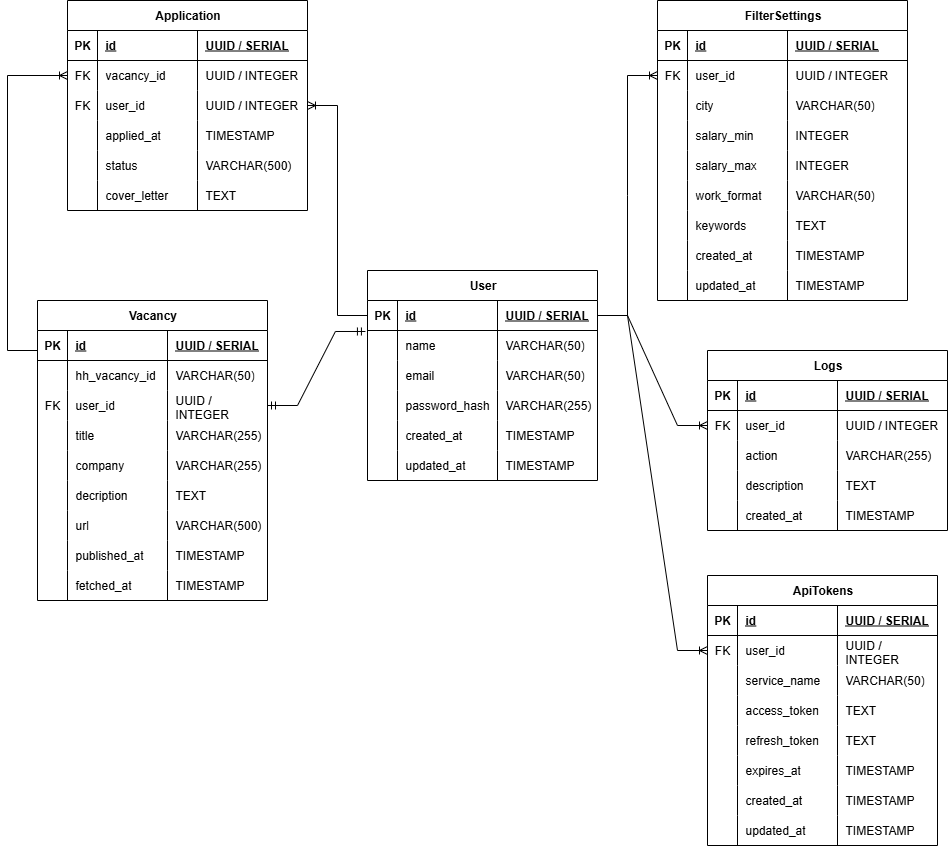
The draw.io diagram ai-auto-applier/docs/diagrams/ERD.png in iamsheisyouare/ai-auto-applier, before a commit. Source tidied: cells renumbered, new cells last; positions are measured from the earlier drawing's top-left corner, leaving out a move shared by most shapes.
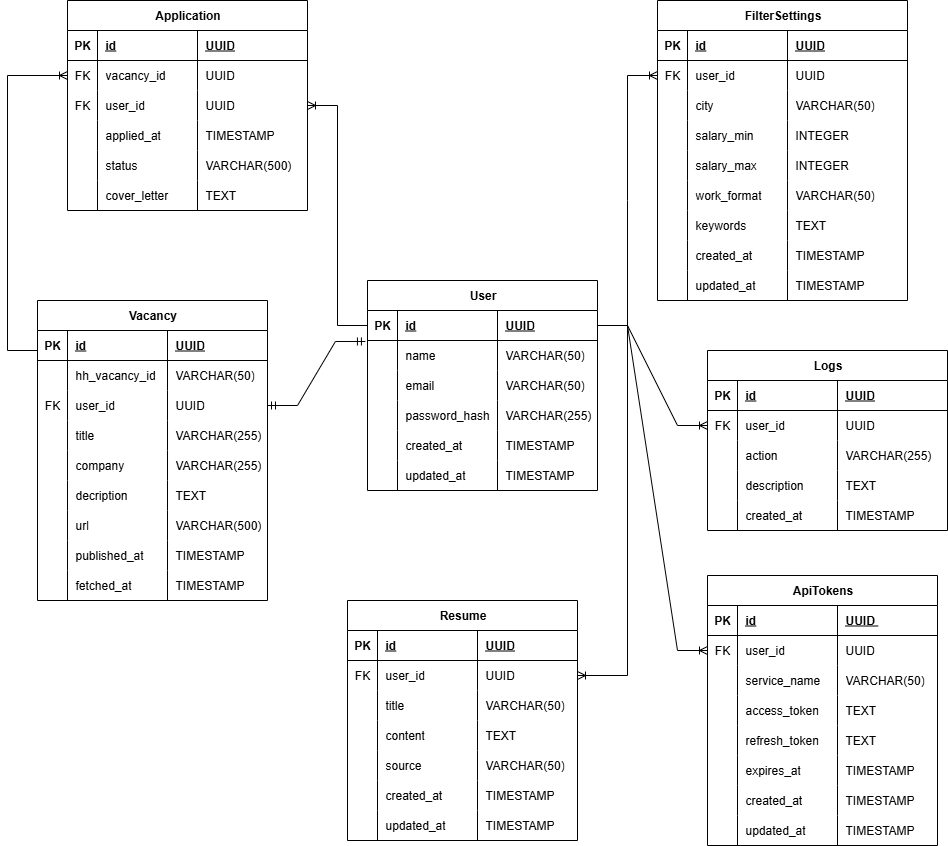
The same diagram one commit later.

Commit message:
Добавил ERD, описание api, задачи, описнаие авторизации с hh

What changed in the source:
```diff
@@ -3,7 +3,7 @@
     <mxCell id="0" />
     <mxCell id="1" parent="0" />
     <mxCell id="2" value="User" style="shape=table;startSize=30;rowLines=0;fontStyle=1;align=center;html=1;" parent="1" vertex="1">
-      <mxGeometry x="360" y="270" width="230" height="210" as="geometry" />
+      <mxGeometry x="360" y="280" width="230" height="210" as="geometry" />
     </mxCell>
     <mxCell id="3" style="shape=tableRow;horizontal=0;startSize=0;swimlaneHead=0;swimlaneBody=0;fillColor=none;points=[[0,0.5],[1,0.5]];portConstraint=eastwest;top=0;left=0;right=0;bottom=1;" parent="2" vertex="1">
       <mxGeometry y="30" width="230" height="30" as="geometry" />
@@ -14,7 +14,7 @@
     <mxCell id="5" value="id" style="shape=partialRectangle;fillColor=none;top=0;left=0;bottom=0;right=0;align=left;spacingLeft=6;fontStyle=5;overflow=hidden;whiteSpace=wrap;html=1;" parent="3" vertex="1">
       <mxGeometry x="30" width="100" height="30" as="geometry" />
     </mxCell>
-    <mxCell id="6" value="UUID / SERIAL" style="shape=partialRectangle;fillColor=none;top=0;left=0;bottom=0;right=0;align=left;spacingLeft=6;fontStyle=5;overflow=hidden;whiteSpace=wrap;html=1;" parent="3" vertex="1">
+    <mxCell id="6" value="UUID" style="shape=partialRectangle;fillColor=none;top=0;left=0;bottom=0;right=0;align=left;spacingLeft=6;fontStyle=5;overflow=hidden;whiteSpace=wrap;html=1;" parent="3" vertex="1">
       <mxGeometry x="130" width="100" height="30" as="geometry" />
     </mxCell>
     <mxCell id="7" style="shape=tableRow;horizontal=0;startSize=0;swimlaneHead=0;swimlaneBody=0;fillColor=none;top=0;left=0;right=0;bottom=0;" parent="2" vertex="1">
@@ -89,7 +89,7 @@
     <mxCell id="30" value="id" style="shape=partialRectangle;fillColor=none;top=0;left=0;bottom=0;right=0;align=left;spacingLeft=6;fontStyle=5;overflow=hidden;whiteSpace=wrap;html=1;" parent="28" vertex="1">
       <mxGeometry x="30" width="100" height="30" as="geometry" />
     </mxCell>
-    <mxCell id="31" value="UUID / SERIAL" style="shape=partialRectangle;fillColor=none;top=0;left=0;bottom=0;right=0;align=left;spacingLeft=6;fontStyle=5;overflow=hidden;whiteSpace=wrap;html=1;" parent="28" vertex="1">
+    <mxCell id="31" value="UUID" style="shape=partialRectangle;fillColor=none;top=0;left=0;bottom=0;right=0;align=left;spacingLeft=6;fontStyle=5;overflow=hidden;whiteSpace=wrap;html=1;" parent="28" vertex="1">
       <mxGeometry x="130" width="120" height="30" as="geometry" />
     </mxCell>
     <mxCell id="32" style="shape=tableRow;horizontal=0;startSize=0;swimlaneHead=0;swimlaneBody=0;fillColor=none;points=[[0,0.5],[1,0.5]];portConstraint=eastwest;top=0;left=0;right=0;bottom=0;" parent="27" vertex="1">
@@ -101,7 +101,7 @@
     <mxCell id="34" value="user_id" style="shape=partialRectangle;fillColor=none;top=0;left=0;bottom=0;right=0;align=left;spacingLeft=6;overflow=hidden;whiteSpace=wrap;html=1;" parent="32" vertex="1">
       <mxGeometry x="30" width="100" height="30" as="geometry" />
     </mxCell>
-    <mxCell id="35" value="UUID / INTEGER" style="shape=partialRectangle;fillColor=none;top=0;left=0;bottom=0;right=0;align=left;spacingLeft=6;overflow=hidden;whiteSpace=wrap;html=1;" parent="32" vertex="1">
+    <mxCell id="35" value="UUID" style="shape=partialRectangle;fillColor=none;top=0;left=0;bottom=0;right=0;align=left;spacingLeft=6;overflow=hidden;whiteSpace=wrap;html=1;" parent="32" vertex="1">
       <mxGeometry x="130" width="120" height="30" as="geometry" />
     </mxCell>
     <mxCell id="36" style="shape=tableRow;horizontal=0;startSize=0;swimlaneHead=0;swimlaneBody=0;fillColor=none;top=0;left=0;right=0;bottom=0;" parent="27" vertex="1">
@@ -200,7 +200,7 @@
     <mxCell id="67" value="id" style="shape=partialRectangle;fillColor=none;top=0;left=0;bottom=0;right=0;align=left;spacingLeft=6;fontStyle=5;overflow=hidden;whiteSpace=wrap;html=1;" parent="65" vertex="1">
       <mxGeometry x="30" width="100" height="30" as="geometry" />
     </mxCell>
-    <mxCell id="68" value="UUID / SERIAL" style="shape=partialRectangle;fillColor=none;top=0;left=0;bottom=0;right=0;align=left;spacingLeft=6;fontStyle=5;overflow=hidden;whiteSpace=wrap;html=1;" parent="65" vertex="1">
+    <mxCell id="68" value="UUID" style="shape=partialRectangle;fillColor=none;top=0;left=0;bottom=0;right=0;align=left;spacingLeft=6;fontStyle=5;overflow=hidden;whiteSpace=wrap;html=1;" parent="65" vertex="1">
       <mxGeometry x="130" width="100" height="30" as="geometry" />
     </mxCell>
     <mxCell id="69" style="shape=tableRow;horizontal=0;startSize=0;swimlaneHead=0;swimlaneBody=0;fillColor=none;top=0;left=0;right=0;bottom=0;" parent="64" vertex="1">
@@ -224,7 +224,7 @@
     <mxCell id="75" value="user_id" style="shape=partialRectangle;fillColor=none;top=0;left=0;bottom=0;right=0;align=left;spacingLeft=6;overflow=hidden;whiteSpace=wrap;html=1;" parent="73" vertex="1">
       <mxGeometry x="30" width="100" height="30" as="geometry" />
     </mxCell>
-    <mxCell id="76" value="UUID / INTEGER" style="shape=partialRectangle;fillColor=none;top=0;left=0;bottom=0;right=0;align=left;spacingLeft=6;overflow=hidden;whiteSpace=wrap;html=1;" parent="73" vertex="1">
+    <mxCell id="76" value="UUID" style="shape=partialRectangle;fillColor=none;top=0;left=0;bottom=0;right=0;align=left;spacingLeft=6;overflow=hidden;whiteSpace=wrap;html=1;" parent="73" vertex="1">
       <mxGeometry x="130" width="100" height="30" as="geometry" />
     </mxCell>
     <mxCell id="77" style="shape=tableRow;horizontal=0;startSize=0;swimlaneHead=0;swimlaneBody=0;fillColor=none;top=0;left=0;right=0;bottom=0;" parent="64" vertex="1">
@@ -311,7 +311,7 @@
     <mxCell id="104" value="id" style="shape=partialRectangle;fillColor=none;top=0;left=0;bottom=0;right=0;align=left;spacingLeft=6;fontStyle=5;overflow=hidden;whiteSpace=wrap;html=1;" parent="102" vertex="1">
       <mxGeometry x="30" width="100" height="30" as="geometry" />
     </mxCell>
-    <mxCell id="105" value="UUID / SERIAL" style="shape=partialRectangle;fillColor=none;top=0;left=0;bottom=0;right=0;align=left;spacingLeft=6;fontStyle=5;overflow=hidden;whiteSpace=wrap;html=1;" parent="102" vertex="1">
+    <mxCell id="105" value="UUID" style="shape=partialRectangle;fillColor=none;top=0;left=0;bottom=0;right=0;align=left;spacingLeft=6;fontStyle=5;overflow=hidden;whiteSpace=wrap;html=1;" parent="102" vertex="1">
       <mxGeometry x="130" width="110" height="30" as="geometry" />
     </mxCell>
     <mxCell id="106" style="shape=tableRow;horizontal=0;startSize=0;swimlaneHead=0;swimlaneBody=0;fillColor=none;points=[[0,0.5],[1,0.5]];portConstraint=eastwest;top=0;left=0;right=0;bottom=0;" parent="101" vertex="1">
@@ -323,7 +323,7 @@
     <mxCell id="108" value="vacancy_id" style="shape=partialRectangle;fillColor=none;top=0;left=0;bottom=0;right=0;align=left;spacingLeft=6;overflow=hidden;whiteSpace=wrap;html=1;" parent="106" vertex="1">
       <mxGeometry x="30" width="100" height="30" as="geometry" />
     </mxCell>
-    <mxCell id="109" value="UUID / INTEGER" style="shape=partialRectangle;fillColor=none;top=0;left=0;bottom=0;right=0;align=left;spacingLeft=6;overflow=hidden;whiteSpace=wrap;html=1;" parent="106" vertex="1">
+    <mxCell id="109" value="UUID" style="shape=partialRectangle;fillColor=none;top=0;left=0;bottom=0;right=0;align=left;spacingLeft=6;overflow=hidden;whiteSpace=wrap;html=1;" parent="106" vertex="1">
       <mxGeometry x="130" width="110" height="30" as="geometry" />
     </mxCell>
     <mxCell id="110" style="shape=tableRow;horizontal=0;startSize=0;swimlaneHead=0;swimlaneBody=0;fillColor=none;points=[[0,0.5],[1,0.5]];portConstraint=eastwest;top=0;left=0;right=0;bottom=0;" parent="101" vertex="1">
@@ -335,7 +335,7 @@
     <mxCell id="112" value="user_id" style="shape=partialRectangle;fillColor=none;top=0;left=0;bottom=0;right=0;align=left;spacingLeft=6;overflow=hidden;whiteSpace=wrap;html=1;" parent="110" vertex="1">
       <mxGeometry x="30" width="100" height="30" as="geometry" />
     </mxCell>
-    <mxCell id="113" value="UUID / INTEGER" style="shape=partialRectangle;fillColor=none;top=0;left=0;bottom=0;right=0;align=left;spacingLeft=6;overflow=hidden;whiteSpace=wrap;html=1;" parent="110" vertex="1">
+    <mxCell id="113" value="UUID" style="shape=partialRectangle;fillColor=none;top=0;left=0;bottom=0;right=0;align=left;spacingLeft=6;overflow=hidden;whiteSpace=wrap;html=1;" parent="110" vertex="1">
       <mxGeometry x="130" width="110" height="30" as="geometry" />
     </mxCell>
     <mxCell id="114" style="shape=tableRow;horizontal=0;startSize=0;swimlaneHead=0;swimlaneBody=0;fillColor=none;top=0;left=0;right=0;bottom=0;" parent="101" vertex="1">
@@ -386,7 +386,7 @@
     <mxCell id="129" value="id" style="shape=partialRectangle;fillColor=none;top=0;left=0;bottom=0;right=0;align=left;spacingLeft=6;fontStyle=5;overflow=hidden;whiteSpace=wrap;html=1;" parent="127" vertex="1">
       <mxGeometry x="30" width="100" height="30" as="geometry" />
     </mxCell>
-    <mxCell id="130" value="UUID / SERIAL" style="shape=partialRectangle;fillColor=none;top=0;left=0;bottom=0;right=0;align=left;spacingLeft=6;fontStyle=5;overflow=hidden;whiteSpace=wrap;html=1;" parent="127" vertex="1">
+    <mxCell id="130" value="UUID" style="shape=partialRectangle;fillColor=none;top=0;left=0;bottom=0;right=0;align=left;spacingLeft=6;fontStyle=5;overflow=hidden;whiteSpace=wrap;html=1;" parent="127" vertex="1">
       <mxGeometry x="130" width="110" height="30" as="geometry" />
     </mxCell>
     <mxCell id="131" style="shape=tableRow;horizontal=0;startSize=0;swimlaneHead=0;swimlaneBody=0;fillColor=none;points=[[0,0.5],[1,0.5]];portConstraint=eastwest;top=0;left=0;right=0;bottom=0;" parent="126" vertex="1">
@@ -398,7 +398,7 @@
     <mxCell id="133" value="user_id" style="shape=partialRectangle;fillColor=none;top=0;left=0;bottom=0;right=0;align=left;spacingLeft=6;overflow=hidden;whiteSpace=wrap;html=1;" parent="131" vertex="1">
       <mxGeometry x="30" width="100" height="30" as="geometry" />
     </mxCell>
-    <mxCell id="134" value="UUID / INTEGER" style="shape=partialRectangle;fillColor=none;top=0;left=0;bottom=0;right=0;align=left;spacingLeft=6;overflow=hidden;whiteSpace=wrap;html=1;" parent="131" vertex="1">
+    <mxCell id="134" value="UUID" style="shape=partialRectangle;fillColor=none;top=0;left=0;bottom=0;right=0;align=left;spacingLeft=6;overflow=hidden;whiteSpace=wrap;html=1;" parent="131" vertex="1">
       <mxGeometry x="130" width="110" height="30" as="geometry" />
     </mxCell>
     <mxCell id="135" style="shape=tableRow;horizontal=0;startSize=0;swimlaneHead=0;swimlaneBody=0;fillColor=none;top=0;left=0;right=0;bottom=0;" parent="126" vertex="1">
@@ -449,7 +449,7 @@
     <mxCell id="150" value="id" style="shape=partialRectangle;fillColor=none;top=0;left=0;bottom=0;right=0;align=left;spacingLeft=6;fontStyle=5;overflow=hidden;whiteSpace=wrap;html=1;" parent="148" vertex="1">
       <mxGeometry x="30" width="100" height="30" as="geometry" />
     </mxCell>
-    <mxCell id="151" value="UUID / SERIAL" style="shape=partialRectangle;fillColor=none;top=0;left=0;bottom=0;right=0;align=left;spacingLeft=6;fontStyle=5;overflow=hidden;whiteSpace=wrap;html=1;" parent="148" vertex="1">
+    <mxCell id="151" value="UUID&amp;nbsp;" style="shape=partialRectangle;fillColor=none;top=0;left=0;bottom=0;right=0;align=left;spacingLeft=6;fontStyle=5;overflow=hidden;whiteSpace=wrap;html=1;" parent="148" vertex="1">
       <mxGeometry x="130" width="100" height="30" as="geometry" />
     </mxCell>
     <mxCell id="152" style="shape=tableRow;horizontal=0;startSize=0;swimlaneHead=0;swimlaneBody=0;fillColor=none;points=[[0,0.5],[1,0.5]];portConstraint=eastwest;top=0;left=0;right=0;bottom=0;" parent="147" vertex="1">
@@ -461,7 +461,7 @@
     <mxCell id="154" value="user_id" style="shape=partialRectangle;fillColor=none;top=0;left=0;bottom=0;right=0;align=left;spacingLeft=6;overflow=hidden;whiteSpace=wrap;html=1;" parent="152" vertex="1">
       <mxGeometry x="30" width="100" height="30" as="geometry" />
     </mxCell>
-    <mxCell id="155" value="UUID / INTEGER" style="shape=partialRectangle;fillColor=none;top=0;left=0;bottom=0;right=0;align=left;spacingLeft=6;overflow=hidden;whiteSpace=wrap;html=1;" parent="152" vertex="1">
+    <mxCell id="155" value="UUID" style="shape=partialRectangle;fillColor=none;top=0;left=0;bottom=0;right=0;align=left;spacingLeft=6;overflow=hidden;whiteSpace=wrap;html=1;" parent="152" vertex="1">
       <mxGeometry x="130" width="100" height="30" as="geometry" />
     </mxCell>
     <mxCell id="156" style="shape=tableRow;horizontal=0;startSize=0;swimlaneHead=0;swimlaneBody=0;fillColor=none;top=0;left=0;right=0;bottom=0;" parent="147" vertex="1">
@@ -562,8 +562,107 @@
     <mxCell id="184" style="edgeStyle=entityRelationEdgeStyle;fontSize=12;html=1;endArrow=ERoneToMany;rounded=0;exitX=1;exitY=0.5;exitDx=0;exitDy=0;entryX=0;entryY=0.5;entryDx=0;entryDy=0;" parent="1" edge="1" source="3" target="131">
       <mxGeometry relative="1" as="geometry" />
     </mxCell>
+    <mxCell id="186" style="edgeStyle=entityRelationEdgeStyle;fontSize=12;html=1;endArrow=ERmandOne;startArrow=ERmandOne;rounded=0;exitX=1;exitY=0.5;exitDx=0;exitDy=0;entryX=0;entryY=0.5;entryDx=0;entryDy=0;" parent="1" edge="1" source="x" target="73">
+      <mxGeometry relative="1" as="geometry" />
+    </mxCell>
     <mxCell id="185" style="edgeStyle=entityRelationEdgeStyle;fontSize=12;html=1;endArrow=ERmandOne;startArrow=ERmandOne;rounded=0;exitX=-0.009;exitY=1.033;exitDx=0;exitDy=0;entryX=1;entryY=0.5;entryDx=0;entryDy=0;exitPerimeter=0;" parent="1" edge="1" source="3" target="73">
       <mxGeometry relative="1" as="geometry" />
     </mxCell>
+    <mxCell id="187" value="Resume" style="shape=table;startSize=30;rowLines=0;fontStyle=1;align=center;html=1;" parent="1" vertex="1">
+      <mxGeometry x="340" y="600" width="230" height="240" as="geometry" />
+    </mxCell>
+    <mxCell id="188" style="shape=tableRow;horizontal=0;startSize=0;swimlaneHead=0;swimlaneBody=0;fillColor=none;top=0;left=0;right=0;bottom=1;" parent="187" vertex="1">
+      <mxGeometry y="30" width="230" height="30" as="geometry" />
+    </mxCell>
+    <mxCell id="189" value="PK" style="shape=partialRectangle;fillColor=none;top=0;left=0;bottom=0;right=0;fontStyle=1;overflow=hidden;whiteSpace=wrap;html=1;" parent="188" vertex="1">
+      <mxGeometry width="30" height="30" as="geometry" />
+    </mxCell>
+    <mxCell id="190" value="id" style="shape=partialRectangle;fillColor=none;top=0;left=0;bottom=0;right=0;align=left;spacingLeft=6;fontStyle=5;overflow=hidden;whiteSpace=wrap;html=1;" parent="188" vertex="1">
+      <mxGeometry x="30" width="100" height="30" as="geometry" />
+    </mxCell>
+    <mxCell id="191" value="UUID" style="shape=partialRectangle;fillColor=none;top=0;left=0;bottom=0;right=0;align=left;spacingLeft=6;fontStyle=5;overflow=hidden;whiteSpace=wrap;html=1;" parent="188" vertex="1">
+      <mxGeometry x="130" width="100" height="30" as="geometry" />
+    </mxCell>
+    <mxCell id="192" style="shape=tableRow;horizontal=0;startSize=0;swimlaneHead=0;swimlaneBody=0;fillColor=none;points=[[0,0.5],[1,0.5]];portConstraint=eastwest;top=0;left=0;right=0;bottom=0;" parent="187" vertex="1">
+      <mxGeometry y="60" width="230" height="30" as="geometry" />
+    </mxCell>
+    <mxCell id="193" value="FK" style="shape=partialRectangle;fillColor=none;top=0;left=0;bottom=0;right=0;overflow=hidden;whiteSpace=wrap;html=1;" parent="192" vertex="1">
+      <mxGeometry width="30" height="30" as="geometry" />
+    </mxCell>
+    <mxCell id="194" value="user_id" style="shape=partialRectangle;fillColor=none;top=0;left=0;bottom=0;right=0;align=left;spacingLeft=6;overflow=hidden;whiteSpace=wrap;html=1;" parent="192" vertex="1">
+      <mxGeometry x="30" width="100" height="30" as="geometry" />
+    </mxCell>
+    <mxCell id="195" value="UUID" style="shape=partialRectangle;fillColor=none;top=0;left=0;bottom=0;right=0;align=left;spacingLeft=6;overflow=hidden;whiteSpace=wrap;html=1;" parent="192" vertex="1">
+      <mxGeometry x="130" width="100" height="30" as="geometry" />
+    </mxCell>
+    <mxCell id="196" style="shape=tableRow;horizontal=0;startSize=0;swimlaneHead=0;swimlaneBody=0;fillColor=none;top=0;left=0;right=0;bottom=0;" parent="187" vertex="1">
+      <mxGeometry y="90" width="230" height="30" as="geometry" />
+    </mxCell>
+    <mxCell id="197" style="shape=partialRectangle;fillColor=none;top=0;left=0;bottom=0;right=0;overflow=hidden;whiteSpace=wrap;html=1;" parent="196" vertex="1">
+      <mxGeometry width="30" height="30" as="geometry" />
+    </mxCell>
+    <mxCell id="198" value="title" style="shape=partialRectangle;fillColor=none;top=0;left=0;bottom=0;right=0;align=left;spacingLeft=6;overflow=hidden;whiteSpace=wrap;html=1;" parent="196" vertex="1">
+      <mxGeometry x="30" width="100" height="30" as="geometry" />
+    </mxCell>
+    <mxCell id="199" value="VARCHAR(50)" style="shape=partialRectangle;fillColor=none;top=0;left=0;bottom=0;right=0;align=left;spacingLeft=6;overflow=hidden;whiteSpace=wrap;html=1;" parent="196" vertex="1">
+      <mxGeometry x="130" width="100" height="30" as="geometry" />
+    </mxCell>
+    <mxCell id="200" style="shape=tableRow;horizontal=0;startSize=0;swimlaneHead=0;swimlaneBody=0;fillColor=none;top=0;left=0;right=0;bottom=0;" parent="187" vertex="1">
+      <mxGeometry y="120" width="230" height="30" as="geometry" />
+    </mxCell>
+    <mxCell id="201" style="shape=partialRectangle;fillColor=none;top=0;left=0;bottom=0;right=0;overflow=hidden;whiteSpace=wrap;html=1;" parent="200" vertex="1">
+      <mxGeometry width="30" height="30" as="geometry" />
+    </mxCell>
+    <mxCell id="202" value="content" style="shape=partialRectangle;fillColor=none;top=0;left=0;bottom=0;right=0;align=left;spacingLeft=6;overflow=hidden;whiteSpace=wrap;html=1;" parent="200" vertex="1">
+      <mxGeometry x="30" width="100" height="30" as="geometry" />
+    </mxCell>
+    <mxCell id="203" value="TEXT" style="shape=partialRectangle;fillColor=none;top=0;left=0;bottom=0;right=0;align=left;spacingLeft=6;overflow=hidden;whiteSpace=wrap;html=1;" parent="200" vertex="1">
+      <mxGeometry x="130" width="100" height="30" as="geometry" />
+    </mxCell>
+    <mxCell id="204" style="shape=tableRow;horizontal=0;startSize=0;swimlaneHead=0;swimlaneBody=0;fillColor=none;top=0;left=0;right=0;bottom=0;" parent="187" vertex="1">
+      <mxGeometry y="150" width="230" height="30" as="geometry" />
+    </mxCell>
+    <mxCell id="205" style="shape=partialRectangle;fillColor=none;top=0;left=0;bottom=0;right=0;overflow=hidden;whiteSpace=wrap;html=1;" parent="204" vertex="1">
+      <mxGeometry width="30" height="30" as="geometry" />
+    </mxCell>
+    <mxCell id="206" value="source" style="shape=partialRectangle;fillColor=none;top=0;left=0;bottom=0;right=0;align=left;spacingLeft=6;overflow=hidden;whiteSpace=wrap;html=1;" parent="204" vertex="1">
+      <mxGeometry x="30" width="100" height="30" as="geometry" />
+    </mxCell>
+    <mxCell id="207" value="VARCHAR(50)" style="shape=partialRectangle;fillColor=none;top=0;left=0;bottom=0;right=0;align=left;spacingLeft=6;overflow=hidden;whiteSpace=wrap;html=1;" parent="204" vertex="1">
+      <mxGeometry x="130" width="100" height="30" as="geometry" />
+    </mxCell>
+    <mxCell id="208" style="shape=tableRow;horizontal=0;startSize=0;swimlaneHead=0;swimlaneBody=0;fillColor=none;top=0;left=0;right=0;bottom=0;" parent="187" vertex="1">
+      <mxGeometry y="180" width="230" height="30" as="geometry" />
+    </mxCell>
+    <mxCell id="209" style="shape=partialRectangle;fillColor=none;top=0;left=0;bottom=0;right=0;overflow=hidden;whiteSpace=wrap;html=1;" parent="208" vertex="1">
+      <mxGeometry width="30" height="30" as="geometry" />
+    </mxCell>
+    <mxCell id="210" value="created_at" style="shape=partialRectangle;fillColor=none;top=0;left=0;bottom=0;right=0;align=left;spacingLeft=6;overflow=hidden;whiteSpace=wrap;html=1;" parent="208" vertex="1">
+      <mxGeometry x="30" width="100" height="30" as="geometry" />
+    </mxCell>
+    <mxCell id="211" value="TIMESTAMP" style="shape=partialRectangle;fillColor=none;top=0;left=0;bottom=0;right=0;align=left;spacingLeft=6;overflow=hidden;whiteSpace=wrap;html=1;" parent="208" vertex="1">
+      <mxGeometry x="130" width="100" height="30" as="geometry" />
+    </mxCell>
+    <mxCell id="212" style="shape=tableRow;horizontal=0;startSize=0;swimlaneHead=0;swimlaneBody=0;fillColor=none;top=0;left=0;right=0;bottom=0;" parent="187" vertex="1">
+      <mxGeometry y="210" width="230" height="30" as="geometry" />
+    </mxCell>
+    <mxCell id="213" style="shape=partialRectangle;fillColor=none;top=0;left=0;bottom=0;right=0;overflow=hidden;whiteSpace=wrap;html=1;" parent="212" vertex="1">
+      <mxGeometry width="30" height="30" as="geometry" />
+    </mxCell>
+    <mxCell id="214" value="updated_at" style="shape=partialRectangle;fillColor=none;top=0;left=0;bottom=0;right=0;align=left;spacingLeft=6;overflow=hidden;whiteSpace=wrap;html=1;" parent="212" vertex="1">
+      <mxGeometry x="30" width="100" height="30" as="geometry" />
+    </mxCell>
+    <mxCell id="215" value="TIMESTAMP" style="shape=partialRectangle;fillColor=none;top=0;left=0;bottom=0;right=0;align=left;spacingLeft=6;overflow=hidden;whiteSpace=wrap;html=1;" parent="212" vertex="1">
+      <mxGeometry x="130" width="100" height="30" as="geometry" />
+    </mxCell>
+    <mxCell id="216" style="edgeStyle=orthogonalEdgeStyle;fontSize=12;html=1;endArrow=ERoneToMany;rounded=0;exitX=1;exitY=0.667;exitDx=0;exitDy=0;exitPerimeter=0;" parent="1" edge="1" source="3" target="192">
+      <mxGeometry relative="1" as="geometry">
+        <Array as="points">
+          <mxPoint x="590" y="325" />
+          <mxPoint x="620" y="325" />
+          <mxPoint x="620" y="675" />
+        </Array>
+      </mxGeometry>
+    </mxCell>
   </root>
 </mxGraphModel>
```
